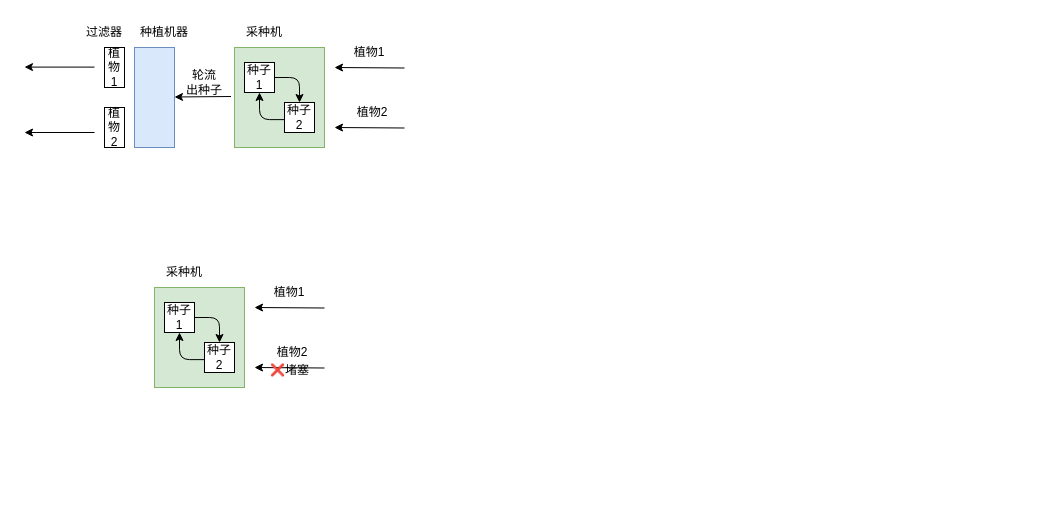
172197763/2026_GO_GIN keeps this draw.io diagram as page "第 3 页" (3 of 3) of .drawio. Above is the earlier version. Source tidied: cells renumbered, new cells numbered last; positions are measured from the earlier drawing's top-left corner, leaving out a move shared by most shapes. Both pictures are drawn from the tidied source at 100%, with x=0, y=0 at pixel (24, 17).
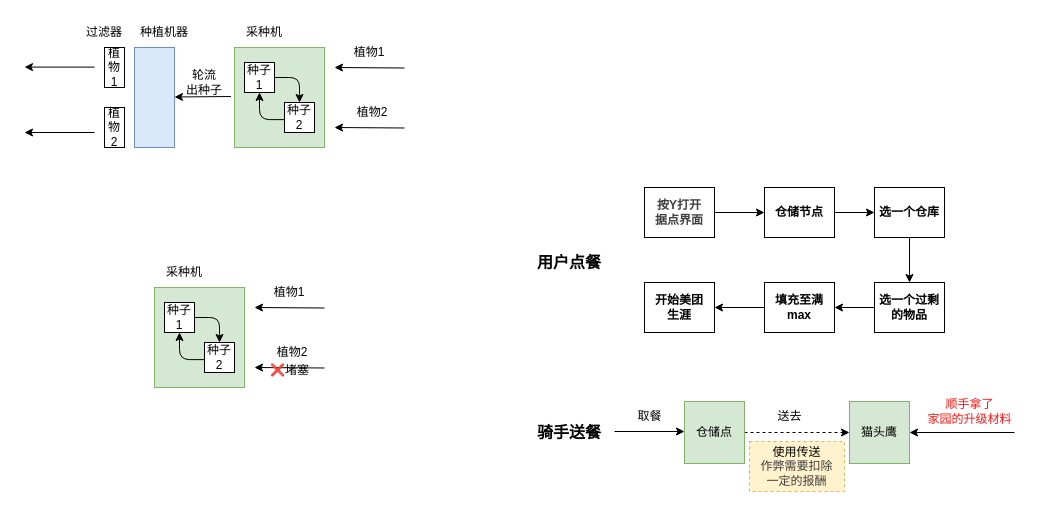
After the change.

What changed in the source:
```diff
@@
+    <mxCell id="32" style="edgeStyle=none;html=1;dashed=1;" parent="1" edge="1" source="33" target="47">
+      <mxGeometry relative="1" as="geometry" />
+    </mxCell>
+    <mxCell id="33" value="仓储点" style="rounded=0;whiteSpace=wrap;html=1;fillColor=#d5e8d4;strokeColor=#82b366;" parent="1" vertex="1">
+      <mxGeometry x="660" y="384" width="60" height="62" as="geometry" />
+    </mxCell>
+    <mxCell id="34" style="edgeStyle=none;html=1;" parent="1" edge="1" source="35" target="37">
+      <mxGeometry relative="1" as="geometry" />
+    </mxCell>
+    <mxCell id="35" value="&lt;span style=&quot;font-weight: 700; text-wrap-mode: nowrap;&quot;&gt;&lt;font style=&quot;color: rgb(63, 63, 63);&quot;&gt;按Y打开&lt;/font&gt;&lt;/span&gt;&lt;div style=&quot;color: rgb(63, 63, 63); scrollbar-color: rgb(226, 226, 226) rgb(251, 251, 251); font-weight: 700; text-wrap-mode: nowrap;&quot;&gt;据点界面&lt;/div&gt;" style="rounded=0;whiteSpace=wrap;html=1;" parent="1" vertex="1">
+      <mxGeometry x="620" y="170" width="70" height="50" as="geometry" />
+    </mxCell>
+    <mxCell id="36" style="edgeStyle=none;html=1;" parent="1" edge="1" source="37" target="39">
+      <mxGeometry relative="1" as="geometry" />
+    </mxCell>
+    <mxCell id="37" value="&lt;span style=&quot;text-wrap-mode: nowrap;&quot;&gt;&lt;b&gt;仓储节点&lt;/b&gt;&lt;/span&gt;" style="rounded=0;whiteSpace=wrap;html=1;" parent="1" vertex="1">
+      <mxGeometry x="740" y="170" width="70" height="50" as="geometry" />
+    </mxCell>
+    <mxCell id="38" style="edgeStyle=none;html=1;" parent="1" edge="1" source="39" target="41">
+      <mxGeometry relative="1" as="geometry" />
+    </mxCell>
+    <mxCell id="39" value="&lt;span style=&quot;text-wrap-mode: nowrap;&quot;&gt;&lt;b&gt;选一个仓库&lt;/b&gt;&lt;/span&gt;" style="rounded=0;whiteSpace=wrap;html=1;" parent="1" vertex="1">
+      <mxGeometry x="850" y="170" width="70" height="50" as="geometry" />
+    </mxCell>
+    <mxCell id="40" style="edgeStyle=none;html=1;" parent="1" edge="1" source="41" target="43">
+      <mxGeometry relative="1" as="geometry" />
+    </mxCell>
+    <mxCell id="41" value="&lt;span style=&quot;text-wrap-mode: nowrap;&quot;&gt;&lt;b&gt;选一个过剩&lt;/b&gt;&lt;/span&gt;&lt;div&gt;&lt;span style=&quot;text-wrap-mode: nowrap;&quot;&gt;&lt;b&gt;的物品&lt;/b&gt;&lt;/span&gt;&lt;/div&gt;" style="rounded=0;whiteSpace=wrap;html=1;" parent="1" vertex="1">
+      <mxGeometry x="850" y="265" width="70" height="50" as="geometry" />
+    </mxCell>
+    <mxCell id="42" style="edgeStyle=none;html=1;" parent="1" edge="1" source="43" target="44">
+      <mxGeometry relative="1" as="geometry" />
+    </mxCell>
+    <mxCell id="43" value="&lt;span style=&quot;text-wrap-mode: nowrap;&quot;&gt;&lt;b&gt;填充至满&lt;/b&gt;&lt;/span&gt;&lt;div&gt;&lt;span style=&quot;text-wrap-mode: nowrap;&quot;&gt;&lt;b&gt;max&lt;/b&gt;&lt;/span&gt;&lt;/div&gt;" style="rounded=0;whiteSpace=wrap;html=1;" parent="1" vertex="1">
+      <mxGeometry x="740" y="265" width="70" height="50" as="geometry" />
+    </mxCell>
+    <mxCell id="44" value="&lt;span style=&quot;text-wrap-mode: nowrap;&quot;&gt;&lt;b&gt;开始美团&lt;/b&gt;&lt;/span&gt;&lt;div&gt;&lt;span style=&quot;text-wrap-mode: nowrap;&quot;&gt;&lt;b&gt;生涯&lt;/b&gt;&lt;/span&gt;&lt;/div&gt;" style="rounded=0;whiteSpace=wrap;html=1;" parent="1" vertex="1">
+      <mxGeometry x="620" y="265" width="70" height="50" as="geometry" />
+    </mxCell>
+    <mxCell id="45" style="edgeStyle=none;html=1;" parent="1" edge="1">
+      <mxGeometry relative="1" as="geometry">
+        <mxPoint x="590" y="414" as="sourcePoint" />
+        <mxPoint x="660" y="414" as="targetPoint" />
+      </mxGeometry>
+    </mxCell>
+    <mxCell id="46" value="取餐" style="text;html=1;align=center;verticalAlign=middle;strokeColor=none;fillColor=none;" parent="1" vertex="1">
+      <mxGeometry x="600" y="384" width="50" height="30" as="geometry" />
+    </mxCell>
+    <mxCell id="47" value="猫头鹰" style="rounded=0;whiteSpace=wrap;html=1;fillColor=#d5e8d4;strokeColor=#82b366;" parent="1" vertex="1">
+      <mxGeometry x="825" y="384" width="60" height="62" as="geometry" />
+    </mxCell>
+    <mxCell id="48" value="送去" style="text;html=1;align=center;verticalAlign=middle;strokeColor=none;fillColor=none;" parent="1" vertex="1">
+      <mxGeometry x="740" y="384" width="50" height="30" as="geometry" />
+    </mxCell>
+    <mxCell id="49" value="&lt;span style=&quot;color: rgb(0, 0, 0); text-wrap-mode: nowrap;&quot;&gt;使用传送&lt;/span&gt;&lt;div style=&quot;color: rgb(63, 63, 63); scrollbar-color: rgb(226, 226, 226) rgb(251, 251, 251); text-wrap-mode: nowrap;&quot;&gt;作弊需要扣除&lt;/div&gt;&lt;div style=&quot;color: rgb(63, 63, 63); scrollbar-color: rgb(226, 226, 226) rgb(251, 251, 251); text-wrap-mode: nowrap;&quot;&gt;一定的报酬&lt;/div&gt;" style="rounded=0;whiteSpace=wrap;html=1;dashed=1;fillColor=#fff2cc;strokeColor=#d6b656;" parent="1" vertex="1">
+      <mxGeometry x="725" y="424" width="95" height="50" as="geometry" />
+    </mxCell>
+    <mxCell id="50" style="endArrow=classic;html=1;entryX=1;entryY=0.5;entryDx=0;entryDy=0;" parent="1" edge="1" target="47">
+      <mxGeometry relative="1" as="geometry">
+        <mxPoint x="990" y="415" as="sourcePoint" />
+      </mxGeometry>
+    </mxCell>
+    <mxCell id="51" value="&lt;font style=&quot;color: rgb(255, 20, 20);&quot;&gt;顺手拿了&lt;/font&gt;&lt;div&gt;&lt;font style=&quot;color: rgb(255, 20, 20);&quot;&gt;家园的升级材料&lt;/font&gt;&lt;/div&gt;" style="text;html=1;align=center;verticalAlign=middle;strokeColor=none;fillColor=none;fontColor=#FF0A02;" parent="1" vertex="1">
+      <mxGeometry x="890" y="374" width="110" height="40" as="geometry" />
+    </mxCell>
+    <mxCell id="52" value="用户点餐" style="text;html=1;align=center;verticalAlign=middle;whiteSpace=wrap;rounded=0;fontStyle=1;labelBorderColor=none;fontSize=16;" parent="1" vertex="1">
+      <mxGeometry x="500" y="230" width="90" height="30" as="geometry" />
+    </mxCell>
+    <mxCell id="53" value="骑手送餐" style="text;html=1;align=center;verticalAlign=middle;whiteSpace=wrap;rounded=0;fontStyle=1;labelBorderColor=none;fontSize=16;" parent="1" vertex="1">
+      <mxGeometry x="500" y="400" width="90" height="30" as="geometry" />
+    </mxCell>
```
